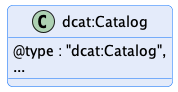
Above: catalog/message/diagram/catalog.png in International-Data-Spaces-Association/ids-specification (PlantUML), before the change.
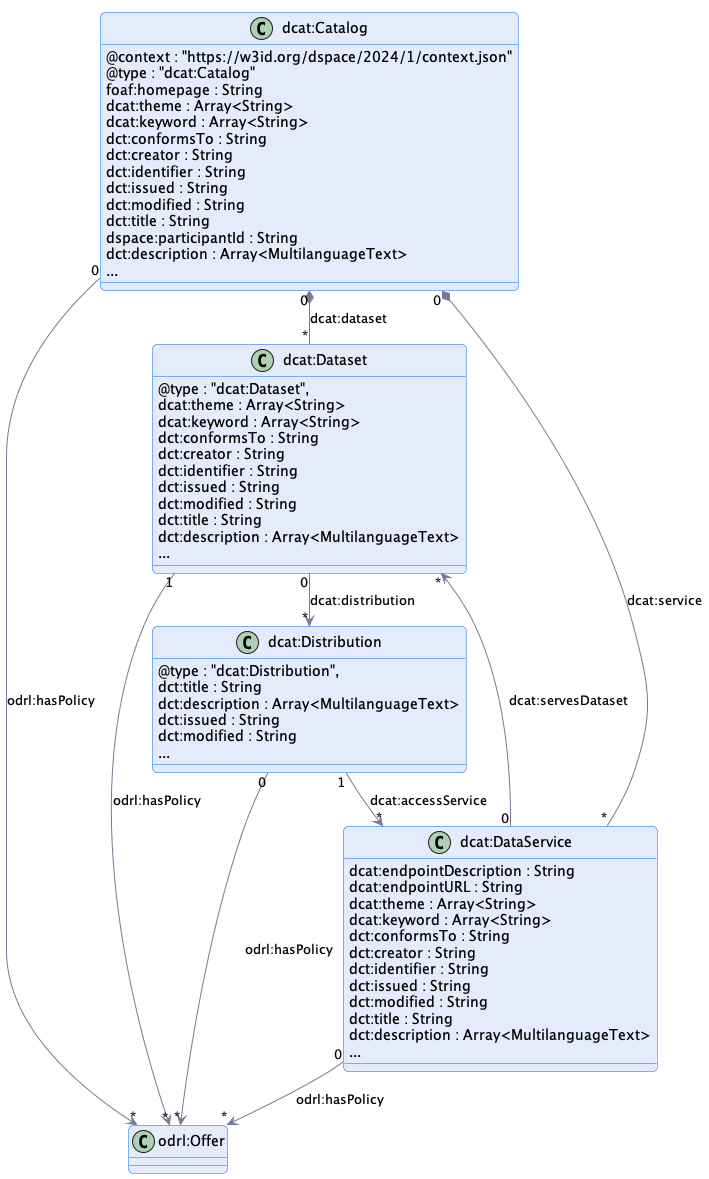
The same file after the commit.

What changed in the source:
```diff
@@ -1,14 +1,85 @@
 @startuml "catalog"
 !pragma layout smetana
 
-!include ../../diagrams/diagram.styles.puml
+!include ../../../common/style/diagram.styles.puml
 
 hide empty description
 
 
 class dcat:Catalog {
-    @type : "dcat:Catalog",
+    @context : "https://w3id.org/dspace/2024/1/context.json"
+    @type : "dcat:Catalog"
+    foaf:homepage : String
+    dcat:theme : Array<String>
+    dcat:keyword : Array<String>
+    dct:conformsTo : String
+    dct:creator : String
+    dct:identifier : String
+    dct:issued : String
+    dct:modified : String
+    dct:title : String
+    dspace:participantId : String
+    dct:description : Array<MultilanguageText>
     ...
 }
 
+"dcat:Catalog" "0" *-- "*" "dcat:Dataset" : "dcat:dataset"
+
+"dcat:Catalog" "0" *-- "*" "dcat:DataService" : "dcat:service"
+
+"dcat:Catalog" "0" --> "*" "odrl:Offer" : "odrl:hasPolicy"
+
+
+class dcat:Dataset {
+    @type : "dcat:Dataset",
+    dcat:theme : Array<String>
+    dcat:keyword : Array<String>
+    dct:conformsTo : String
+    dct:creator : String
+    dct:identifier : String
+    dct:issued : String
+    dct:modified : String
+    dct:title : String
+    dct:description : Array<MultilanguageText>
+    ...
+}
+
+"dcat:Dataset" "1" --> "*" "odrl:Offer" : "odrl:hasPolicy"
+
+"dcat:Dataset" "0" --> "*" "dcat:Distribution" : "dcat:distribution"
+
+class dcat:DataService {
+    dcat:endpointDescription : String
+    dcat:endpointURL : String
+    dcat:theme : Array<String>
+    dcat:keyword : Array<String>
+    dct:conformsTo : String
+    dct:creator : String
+    dct:identifier : String
+    dct:issued : String
+    dct:modified : String
+    dct:title : String
+    dct:description : Array<MultilanguageText>
+    ...
+}
+
+"dcat:DataService" "0" --> "*" "dcat:Dataset" : "dcat:servesDataset"
+
+"dcat:DataService" "0" --> "*" "odrl:Offer" : "odrl:hasPolicy"
+
+
+class dcat:Distribution {
+    @type : "dcat:Distribution",
+    dct:title : String
+    dct:description : Array<MultilanguageText>
+    dct:issued : String
+    dct:modified : String
+    ...
+}
+
+"dcat:Distribution" "0" --> "*" "odrl:Offer" : "odrl:hasPolicy"
+
+"dcat:Distribution" "1" --> "*" "dcat:DataService" : "dcat:accessService"
+
+
 @enduml
```
